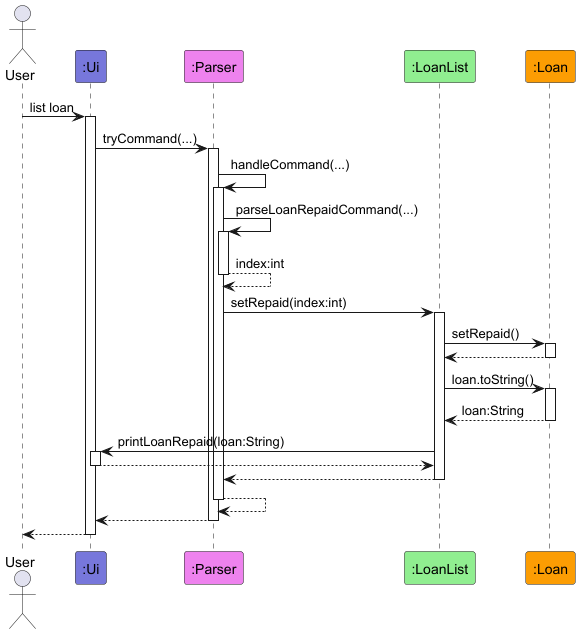
Above: docs/diagrams/loan/LoanRepaidSequenceDiagram.png in AY2526S1-CS2113-T10-1/tp (PlantUML), before the change. Its diagram source:
```plantuml
@startuml
!include style.puml

actor User

participant ":Ui" as Ui LOGIC_COLOR_T1
participant ":Parser" as Parser LOGIC_COLOR_T2
participant ":LoanList" as LoanList LOGIC_COLOR_T3
participant ":Loan" as Loan LOGIC_COLOR_T4

User -> Ui ++: list loan

Ui -> Parser ++: tryCommand(...)

Parser -> Parser ++: handleCommand(...)

Parser -> Parser ++: parseLoanRepaidCommand(...)
return index:int

Parser -> LoanList ++: setRepaid(index:int)

LoanList -> Loan ++: setRepaid()
return
LoanList -> Loan ++: loan.toString()
return loan:String
LoanList -> Ui ++: printLoanRepaid(loan:String)
return


return
return
return
return

@enduml
```
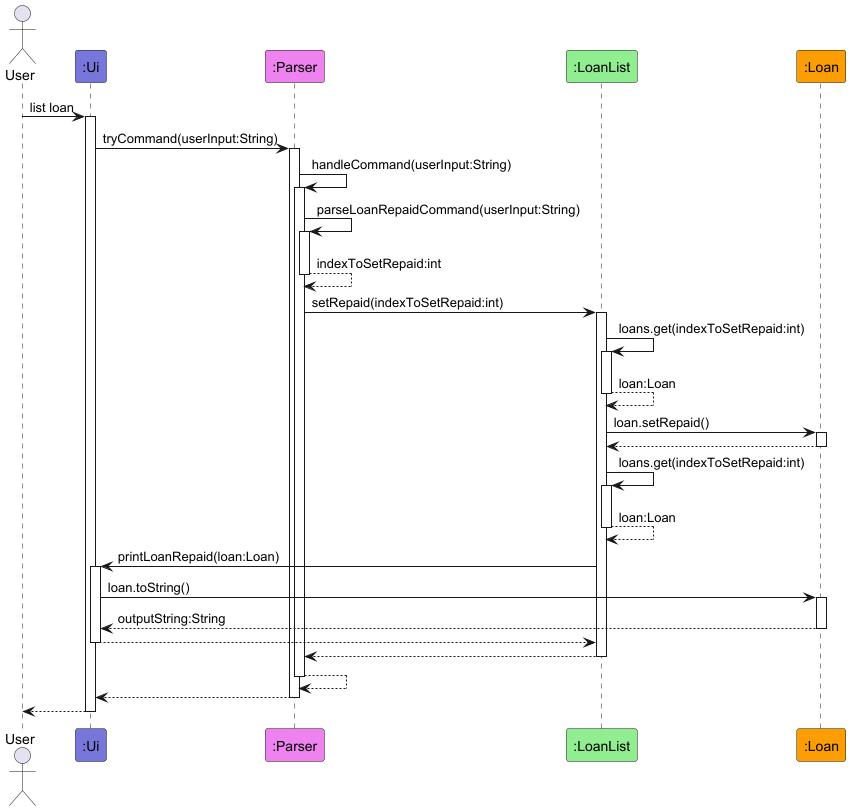
After the change.

Commit message:
Update Sequence Diagram

The edit, as a diff of the source:
```diff
@@ -10,20 +10,27 @@
 
 User -> Ui ++: list loan
 
-Ui -> Parser ++: tryCommand(...)
+Ui -> Parser ++: tryCommand(userInput:String)
 
-Parser -> Parser ++: handleCommand(...)
+Parser -> Parser ++: handleCommand(userInput:String)
 
-Parser -> Parser ++: parseLoanRepaidCommand(...)
-return index:int
+Parser -> Parser ++: parseLoanRepaidCommand(userInput:String)
+return indexToSetRepaid:int
 
-Parser -> LoanList ++: setRepaid(index:int)
+Parser -> LoanList ++: setRepaid(indexToSetRepaid:int)
 
-LoanList -> Loan ++: setRepaid()
+LoanList -> LoanList ++: loans.get(indexToSetRepaid:int)
+return loan:Loan
+
+LoanList -> Loan ++: loan.setRepaid()
 return
-LoanList -> Loan ++: loan.toString()
-return loan:String
-LoanList -> Ui ++: printLoanRepaid(loan:String)
+
+LoanList -> LoanList ++: loans.get(indexToSetRepaid:int)
+return loan:Loan
+
+LoanList -> Ui ++: printLoanRepaid(loan:Loan)
+Ui -> Loan ++: loan.toString()
+return outputString:String
 return
 
 
```
